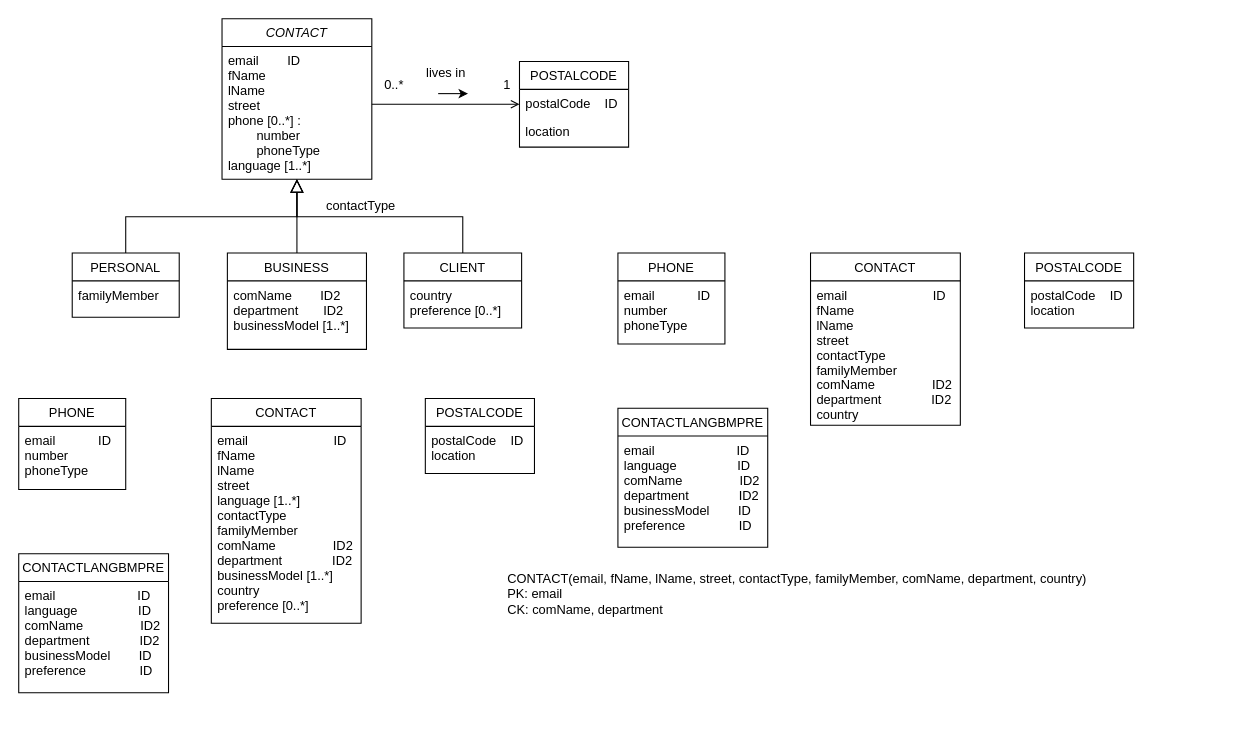
The draw.io diagram Untitled Diagram.drawio in Levaote/chart, before the edit. Source tidied: cells renumbered, new cells numbered last; positions are measured from the earlier drawing's top-left corner, leaving out a move shared by most shapes. Both pictures are drawn from the tidied source at 107%, with x=0, y=0 at pixel (18, 18).
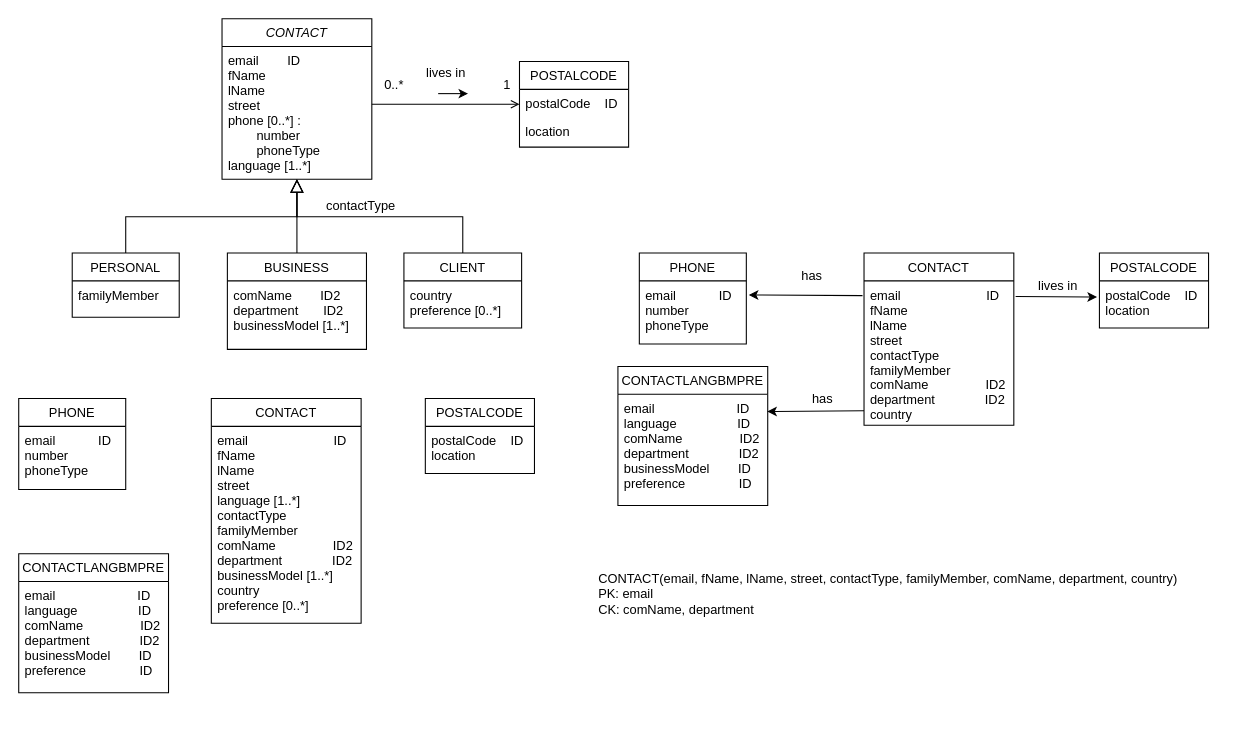
The same diagram, later.

Unchanged cells that the change refers to:
```xml
<mxCell id="32" value="email                        ID&#10;fName&#10;lName&#10;street&#10;contactType&#10;familyMember&#10;comName                ID2&#10;department              ID2&#10;country" style="text;align=left;verticalAlign=top;spacingLeft=4;spacingRight=4;overflow=hidden;points=[[0,0.5],[1,0.5]];portConstraint=eastwest;" parent="31" vertex="1">
  <mxGeometry y="26" width="140" height="134" as="geometry" />
</mxCell>
<mxCell id="34" value="email            ID&#10;number&#10;phoneType" style="text;align=left;verticalAlign=top;spacingLeft=4;spacingRight=4;overflow=hidden;points=[[0,0.5],[1,0.5]];portConstraint=eastwest;" parent="33" vertex="1">
  <mxGeometry y="26" width="100" height="44" as="geometry" />
</mxCell>
<mxCell id="36" value="postalCode    ID&#10;location" style="text;align=left;verticalAlign=top;spacingLeft=4;spacingRight=4;overflow=hidden;points=[[0,0.5],[1,0.5]];portConstraint=eastwest;" parent="35" vertex="1">
  <mxGeometry y="26" width="102" height="44" as="geometry" />
</mxCell>
<mxCell id="38" value="email                       ID&#10;language                 ID&#10;comName                ID2&#10;department              ID2&#10;businessModel        ID&#10;preference               ID" style="text;align=left;verticalAlign=top;spacingLeft=4;spacingRight=4;overflow=hidden;points=[[0,0.5],[1,0.5]];portConstraint=eastwest;fontStyle=0;" parent="37" vertex="1">
  <mxGeometry y="26" width="140" height="104" as="geometry" />
</mxCell>
```

What changed in the source:
```diff
@@
     <mxCell id="28" value="CONTACT(email, fName, lName, street, contactType, familyMember, comName, department, country)&lt;br&gt;PK: email&lt;br&gt;CK: comName, department" style="text;html=1;strokeColor=none;fillColor=none;align=left;verticalAlign=top;whiteSpace=wrap;rounded=0;" parent="1" vertex="1">
-      <mxGeometry x="455" y="510" width="595" height="150" as="geometry" />
+      <mxGeometry x="540" y="510" width="595" height="150" as="geometry" />
     </mxCell>
@@
     <mxCell id="31" value="CONTACT" style="swimlane;fontStyle=0;align=center;verticalAlign=top;horizontal=1;startSize=26;rounded=0;shadow=0;strokeWidth=1;" parent="1" vertex="1">
-      <mxGeometry x="740" y="219" width="140" height="161" as="geometry" />
+      <mxGeometry x="790" y="219" width="140" height="161" as="geometry" />
     </mxCell>
@@
     <mxCell id="33" value="PHONE" style="swimlane;fontStyle=0;align=center;verticalAlign=top;horizontal=1;startSize=26;rounded=0;shadow=0;strokeWidth=1;" parent="1" vertex="1">
-      <mxGeometry x="560" y="219" width="100" height="85" as="geometry" />
+      <mxGeometry x="580" y="219" width="100" height="85" as="geometry" />
     </mxCell>
@@
     <mxCell id="35" value="POSTALCODE" style="swimlane;fontStyle=0;align=center;verticalAlign=top;horizontal=1;startSize=26;rounded=0;shadow=0;strokeWidth=1;labelBackgroundColor=none;" parent="1" vertex="1">
-      <mxGeometry x="940" y="219" width="102" height="70" as="geometry" />
+      <mxGeometry x="1010" y="219" width="102" height="70" as="geometry" />
     </mxCell>
@@
     <mxCell id="37" value="CONTACTLANGBMPRE" style="swimlane;fontStyle=0;align=center;verticalAlign=top;horizontal=1;startSize=26;rounded=0;shadow=0;strokeWidth=1;" parent="1" vertex="1">
-      <mxGeometry x="560" y="364" width="140" height="130" as="geometry" />
+      <mxGeometry x="560" y="325" width="140" height="130" as="geometry" />
     </mxCell>
@@
+    <mxCell id="39" style="endArrow=classic;html=1;rounded=0;exitX=1.012;exitY=0.109;exitDx=0;exitDy=0;exitPerimeter=0;entryX=-0.022;entryY=0.344;entryDx=0;entryDy=0;entryPerimeter=0;" parent="1" edge="1" source="32" target="36">
+      <mxGeometry relative="1" as="geometry" />
+    </mxCell>
+    <mxCell id="40" value="lives in" style="text;html=1;align=center;verticalAlign=middle;labelBackgroundColor=none;rounded=0;shadow=0;strokeWidth=1;fontSize=12;" parent="1" vertex="1">
+      <mxGeometry x="970" y="249" as="geometry" />
+    </mxCell>
+    <mxCell id="41" style="endArrow=classic;html=1;rounded=0;entryX=1.023;entryY=0.299;entryDx=0;entryDy=0;entryPerimeter=0;exitX=-0.01;exitY=0.103;exitDx=0;exitDy=0;exitPerimeter=0;" parent="1" edge="1" source="32" target="34">
+      <mxGeometry relative="1" as="geometry" />
+    </mxCell>
+    <mxCell id="42" style="endArrow=classic;html=1;rounded=0;entryX=0.997;entryY=0.155;entryDx=0;entryDy=0;entryPerimeter=0;exitX=0;exitY=0.906;exitDx=0;exitDy=0;exitPerimeter=0;" parent="1" edge="1" source="32" target="38">
+      <mxGeometry relative="1" as="geometry" />
+    </mxCell>
+    <mxCell id="43" value="has" style="text;html=1;align=center;verticalAlign=middle;labelBackgroundColor=none;rounded=0;shadow=0;strokeWidth=1;fontSize=12;" parent="1" vertex="1">
+      <mxGeometry x="740" y="240" as="geometry" />
+    </mxCell>
+    <mxCell id="44" value="has" style="text;html=1;align=center;verticalAlign=middle;labelBackgroundColor=none;rounded=0;shadow=0;strokeWidth=1;fontSize=12;" parent="1" vertex="1">
+      <mxGeometry x="750" y="355" as="geometry" />
+    </mxCell>
```
